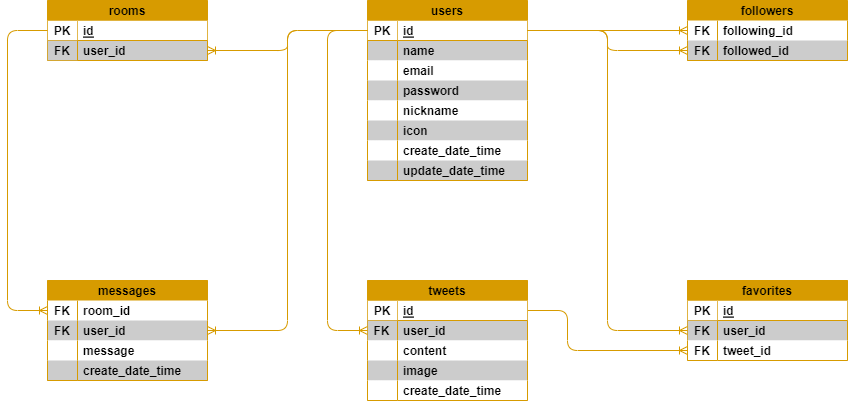
KAZ5298/Portfolio_TwitterApp keeps this draw.io diagram as doc/03.詳細設計/データベース　ER図.png. Above is the earlier version. Source tidied: cells renumbered, new cells last; positions are measured from the earlier drawing's top-left corner, leaving out a move shared by most shapes.
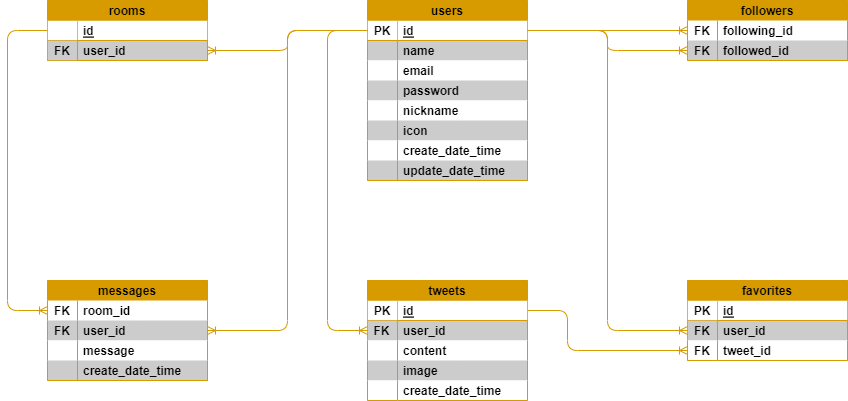
Later version of the same file.

Commit message:
画面遷移図修正

Change to the diagram source:
```diff
@@ -190,7 +190,7 @@
     <mxCell id="62" style="shape=tableRow;horizontal=0;startSize=0;swimlaneHead=0;swimlaneBody=0;fillColor=none;points=[[0,0.5],[1,0.5]];portConstraint=eastwest;top=0;left=0;right=0;bottom=1;fillStyle=auto;strokeColor=#D79B00;strokeWidth=1;fontColor=#000000;" parent="61" vertex="1">
       <mxGeometry y="20" width="160" height="20" as="geometry" />
     </mxCell>
-    <mxCell id="63" value="PK" style="shape=partialRectangle;fillColor=#FFFFFF;top=1;left=1;bottom=1;right=1;fontStyle=1;overflow=hidden;fillStyle=auto;strokeColor=#D79B00;strokeWidth=1;fontColor=#000000;gradientColor=none;align=center;spacingLeft=0;labelBackgroundColor=none;dashed=1;dashPattern=1 1;spacing=0;" parent="62" vertex="1">
+    <mxCell id="63" style="shape=partialRectangle;fillColor=#FFFFFF;top=1;left=1;bottom=1;right=1;fontStyle=1;overflow=hidden;fillStyle=auto;strokeColor=#D79B00;strokeWidth=1;fontColor=#000000;gradientColor=none;align=center;spacingLeft=0;labelBackgroundColor=none;dashed=1;dashPattern=1 1;spacing=0;" parent="62" vertex="1">
       <mxGeometry width="30" height="20" as="geometry" />
     </mxCell>
     <mxCell id="64" value="id" style="shape=partialRectangle;fillColor=#FFFFFF;top=1;left=1;bottom=1;right=1;align=left;spacingLeft=6;fontStyle=5;overflow=hidden;fillStyle=auto;strokeColor=#D79B00;strokeWidth=1;fontColor=#000000;labelBackgroundColor=none;dashed=1;dashPattern=1 1;noLabel=0;spacing=0;" parent="62" vertex="1">
```
